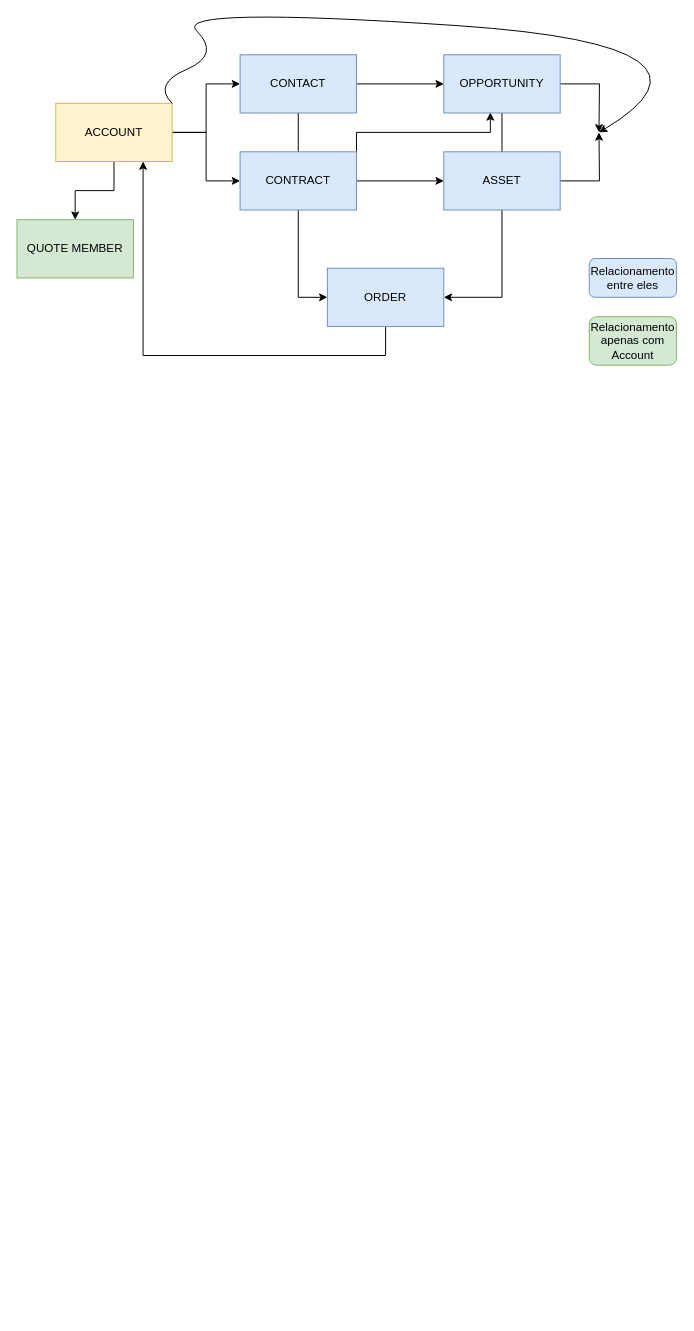
Above: Relacionamentos.drawio in wcamillo/consultaperfil (draw.io), before the change. Source tidied: cells renumbered, new cells numbered last; positions are measured from the earlier drawing's top-left corner, leaving out a move shared by most shapes. Both pictures are drawn from the tidied source at 97%, with x=0, y=0 at pixel (16, 6).
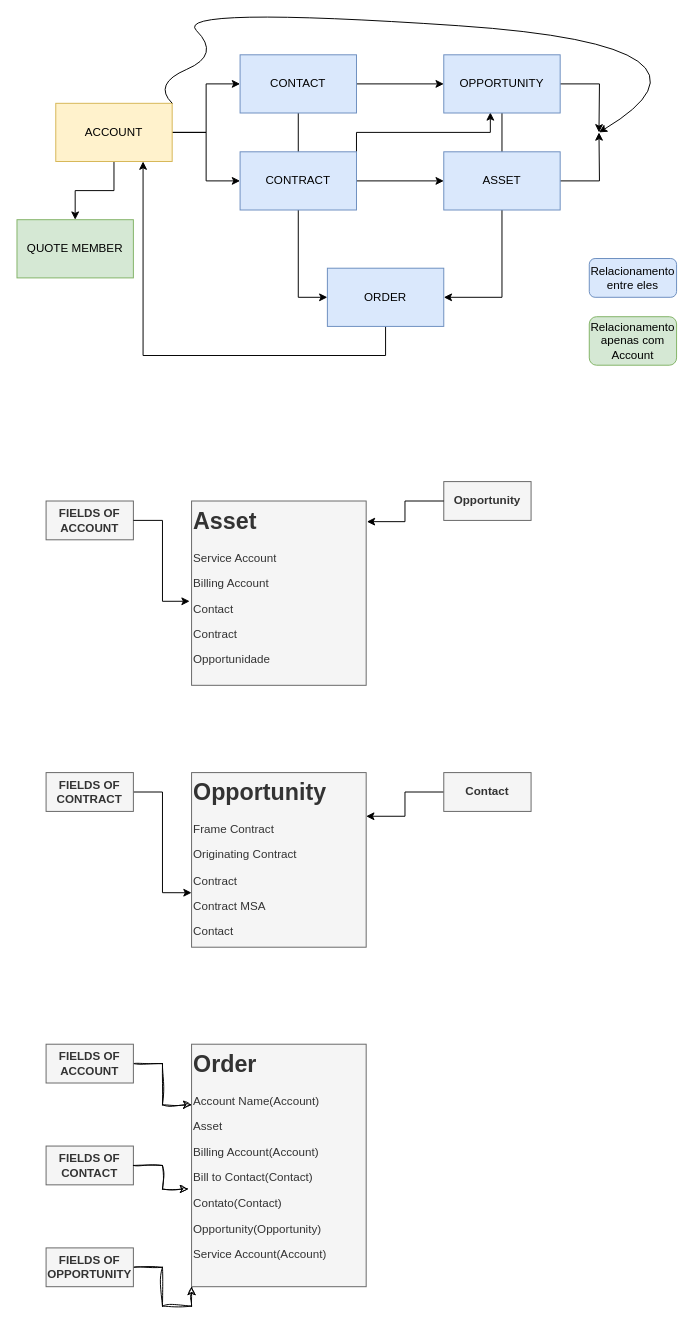
Above is the later version.

The edit, as a diff of the source:
```diff
@@
+    <mxCell id="23" value="FIELDS OF ACCOUNT" style="text;html=1;align=center;verticalAlign=middle;whiteSpace=wrap;rounded=0;fontStyle=1;fillColor=#f5f5f5;fontColor=#333333;strokeColor=#666666;" parent="1" vertex="1">
+      <mxGeometry x="30" y="510" width="90" height="40" as="geometry" />
+    </mxCell>
+    <mxCell id="24" value="&lt;h1 style=&quot;margin-top: 0px;&quot;&gt;Asset&lt;/h1&gt;&lt;p&gt;Service Account&lt;/p&gt;&lt;p&gt;Billing Account&lt;/p&gt;&lt;p&gt;Contact&lt;/p&gt;&lt;p&gt;Contract&lt;/p&gt;&lt;p&gt;Opportunidade&lt;/p&gt;&lt;p&gt;&lt;br&gt;&lt;/p&gt;" style="text;html=1;whiteSpace=wrap;overflow=hidden;rounded=0;fillColor=#f5f5f5;fontColor=#333333;strokeColor=#666666;" parent="1" vertex="1">
+      <mxGeometry x="180" y="510" width="180" height="190" as="geometry" />
+    </mxCell>
+    <mxCell id="25" value="Opportunity" style="text;html=1;align=center;verticalAlign=middle;whiteSpace=wrap;rounded=0;fontStyle=1;fillColor=#f5f5f5;fontColor=#333333;strokeColor=#666666;" parent="1" vertex="1">
+      <mxGeometry x="440" y="490" width="90" height="40" as="geometry" />
+    </mxCell>
+    <mxCell id="26" style="edgeStyle=orthogonalEdgeStyle;rounded=0;jettySize=auto;html=1;exitX=0;exitY=0.5;exitDx=0;exitDy=0;entryX=1.004;entryY=0.112;entryDx=0;entryDy=0;entryPerimeter=0;" parent="1" edge="1" source="25" target="24">
+      <mxGeometry relative="1" as="geometry" />
+    </mxCell>
+    <mxCell id="27" style="edgeStyle=orthogonalEdgeStyle;rounded=0;jettySize=auto;html=1;entryX=-0.011;entryY=0.544;entryDx=0;entryDy=0;entryPerimeter=0;" parent="1" edge="1" source="23" target="24">
+      <mxGeometry relative="1" as="geometry" />
+    </mxCell>
+    <mxCell id="28" style="edgeStyle=orthogonalEdgeStyle;rounded=0;jettySize=auto;html=1;entryX=0;entryY=0.688;entryDx=0;entryDy=0;entryPerimeter=0;" parent="1" edge="1" source="29" target="30">
+      <mxGeometry relative="1" as="geometry" />
+    </mxCell>
+    <mxCell id="29" value="FIELDS OF CONTRACT" style="text;html=1;align=center;verticalAlign=middle;whiteSpace=wrap;rounded=0;fontStyle=1;fillColor=#f5f5f5;fontColor=#333333;strokeColor=#666666;" parent="1" vertex="1">
+      <mxGeometry x="30" y="790" width="90" height="40" as="geometry" />
+    </mxCell>
+    <mxCell id="30" value="&lt;h1 style=&quot;margin-top: 0px;&quot;&gt;Opportunity&lt;/h1&gt;&lt;p&gt;Frame Contract&lt;/p&gt;&lt;p&gt;Originating Contract&lt;/p&gt;&lt;p&gt;Contract&lt;/p&gt;&lt;p&gt;Contract MSA&lt;/p&gt;&lt;p&gt;Contact&lt;/p&gt;" style="text;html=1;whiteSpace=wrap;overflow=hidden;rounded=0;fillColor=#f5f5f5;fontColor=#333333;strokeColor=#666666;" parent="1" vertex="1">
+      <mxGeometry x="180" y="790" width="180" height="180" as="geometry" />
+    </mxCell>
+    <mxCell id="31" style="edgeStyle=orthogonalEdgeStyle;rounded=0;jettySize=auto;html=1;entryX=1;entryY=0.25;entryDx=0;entryDy=0;" parent="1" edge="1" source="32" target="30">
+      <mxGeometry relative="1" as="geometry" />
+    </mxCell>
+    <mxCell id="32" value="Contact" style="text;html=1;align=center;verticalAlign=middle;whiteSpace=wrap;rounded=0;fontStyle=1;fillColor=#f5f5f5;fontColor=#333333;strokeColor=#666666;" parent="1" vertex="1">
+      <mxGeometry x="440" y="790" width="90" height="40" as="geometry" />
+    </mxCell>
+    <mxCell id="33" style="edgeStyle=orthogonalEdgeStyle;rounded=0;sketch=1;hachureGap=4;jiggle=2;curveFitting=1;jettySize=auto;html=1;entryX=0;entryY=0.25;entryDx=0;entryDy=0;fontFamily=Architects Daughter;" parent="1" edge="1" source="34" target="35">
+      <mxGeometry relative="1" as="geometry" />
+    </mxCell>
+    <mxCell id="34" value="FIELDS OF ACCOUNT" style="text;html=1;align=center;verticalAlign=middle;whiteSpace=wrap;rounded=0;fontStyle=1;fillColor=#f5f5f5;fontColor=#333333;strokeColor=#666666;" parent="1" vertex="1">
+      <mxGeometry x="30" y="1070" width="90" height="40" as="geometry" />
+    </mxCell>
+    <mxCell id="35" value="&lt;h1 style=&quot;margin-top: 0px;&quot;&gt;Order&lt;/h1&gt;&lt;p&gt;Account Name(Account)&lt;/p&gt;&lt;p&gt;Asset&lt;/p&gt;&lt;p&gt;Billing Account(Account)&lt;/p&gt;&lt;p&gt;Bill to Contact(Contact)&lt;/p&gt;&lt;p&gt;Contato(Contact)&lt;/p&gt;&lt;p&gt;Opportunity(Opportunity)&lt;/p&gt;&lt;p&gt;Service Account(Account)&lt;/p&gt;" style="text;html=1;whiteSpace=wrap;overflow=hidden;rounded=0;fillColor=#f5f5f5;fontColor=#333333;strokeColor=#666666;" parent="1" vertex="1">
+      <mxGeometry x="180" y="1070" width="180" height="250" as="geometry" />
+    </mxCell>
+    <mxCell id="36" value="FIELDS OF CONTACT" style="text;html=1;align=center;verticalAlign=middle;whiteSpace=wrap;rounded=0;fontStyle=1;fillColor=#f5f5f5;fontColor=#333333;strokeColor=#666666;" parent="1" vertex="1">
+      <mxGeometry x="30" y="1175" width="90" height="40" as="geometry" />
+    </mxCell>
+    <mxCell id="37" style="edgeStyle=orthogonalEdgeStyle;rounded=0;sketch=1;hachureGap=4;jiggle=2;curveFitting=1;jettySize=auto;html=1;exitX=1;exitY=0.5;exitDx=0;exitDy=0;entryX=0;entryY=1;entryDx=0;entryDy=0;fontFamily=Architects Daughter;" parent="1" edge="1" source="38" target="35">
+      <mxGeometry relative="1" as="geometry" />
+    </mxCell>
+    <mxCell id="38" value="FIELDS OF OPPORTUNITY" style="text;html=1;align=center;verticalAlign=middle;whiteSpace=wrap;rounded=0;fontStyle=1;fillColor=#f5f5f5;fontColor=#333333;strokeColor=#666666;" parent="1" vertex="1">
+      <mxGeometry x="30" y="1280" width="90" height="40" as="geometry" />
+    </mxCell>
+    <mxCell id="39" style="edgeStyle=orthogonalEdgeStyle;rounded=0;sketch=1;hachureGap=4;jiggle=2;curveFitting=1;jettySize=auto;html=1;exitX=1;exitY=0.5;exitDx=0;exitDy=0;entryX=-0.019;entryY=0.597;entryDx=0;entryDy=0;entryPerimeter=0;fontFamily=Architects Daughter;" parent="1" edge="1" source="36" target="35">
+      <mxGeometry relative="1" as="geometry" />
+    </mxCell>
```
